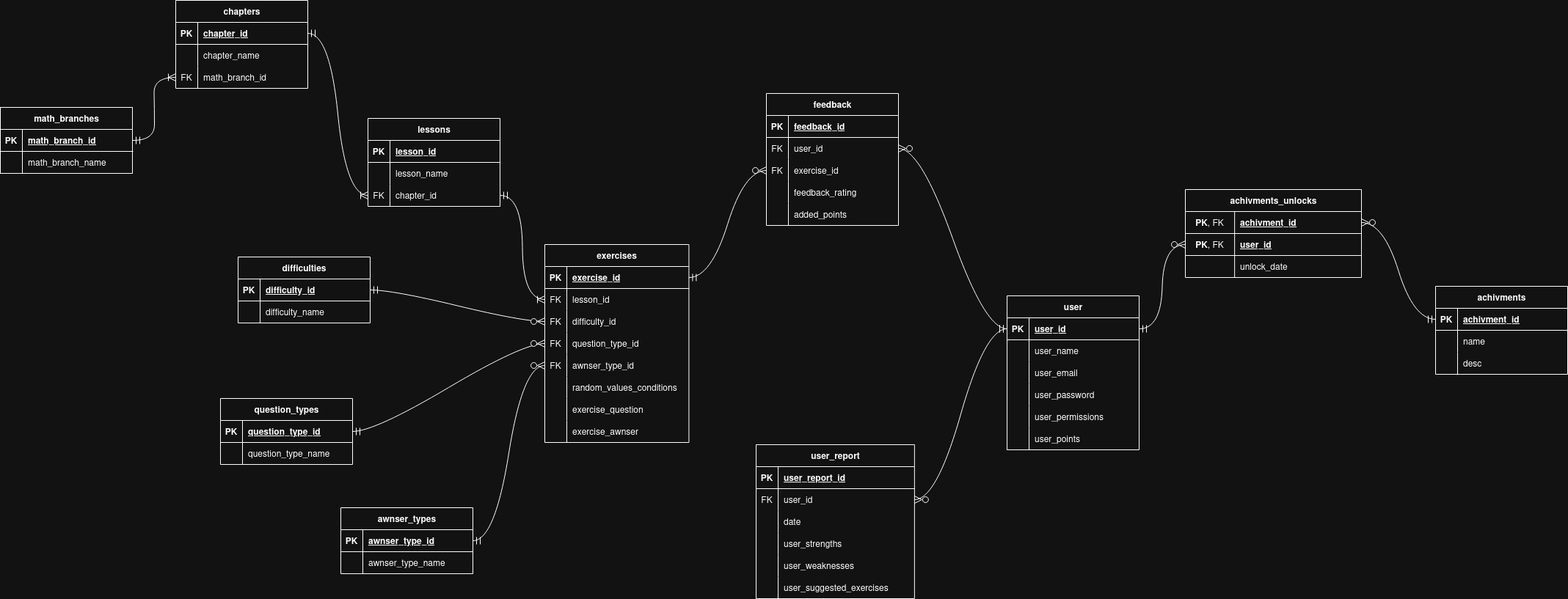
traszka116/gramat keeps this draw.io diagram as scrum/attachments/db.png. Above is the earlier version. Source tidied: cells renumbered, new cells last; positions are measured from the earlier drawing's top-left corner, leaving out a move shared by most shapes.
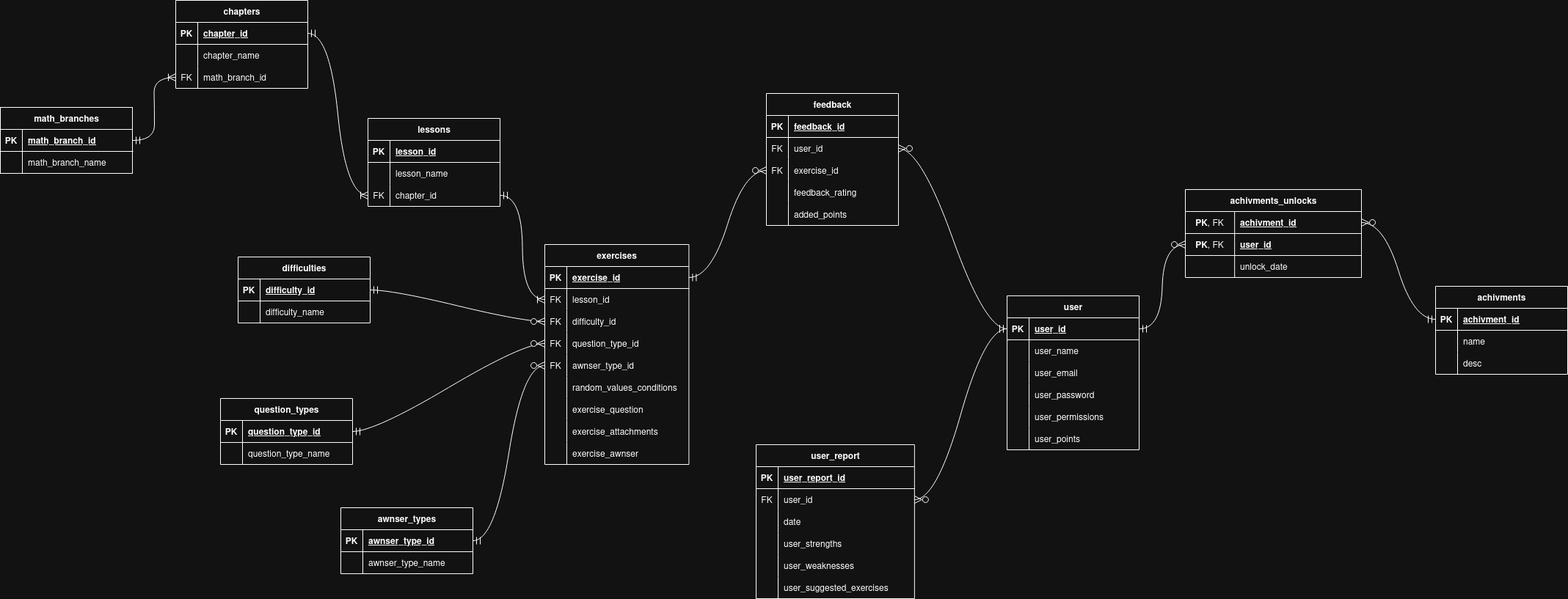
The same diagram one commit later.

Commit message:
Zaktualizowanie schematu bazy danych

Diff of the diagram source:
```diff
@@ -147,7 +147,7 @@
       <mxGeometry x="30" width="150" height="30" as="geometry" />
     </mxCell>
     <mxCell id="50" value="exercises" style="shape=table;startSize=30;rowLines=0;fontStyle=1;align=center;html=1;" parent="1" vertex="1">
-      <mxGeometry x="742" y="333" width="196.4" height="270" as="geometry" />
+      <mxGeometry x="742" y="333" width="196.4" height="300" as="geometry" />
     </mxCell>
     <mxCell id="51" style="shape=tableRow;horizontal=0;startSize=0;swimlaneHead=0;swimlaneBody=0;fillColor=none;points=[[0,0.5],[1,0.5]];portConstraint=eastwest;top=0;left=0;right=0;bottom=1;" parent="50" vertex="1">
       <mxGeometry y="30" width="196.4" height="30" as="geometry" />
@@ -212,8 +212,17 @@
     <mxCell id="71" value="exercise_question" style="shape=partialRectangle;fillColor=none;top=0;left=0;bottom=0;right=0;align=left;spacingLeft=6;overflow=hidden;whiteSpace=wrap;html=1;" parent="69" vertex="1">
       <mxGeometry x="30" width="166.4" height="30" as="geometry" />
     </mxCell>
+    <mxCell id="160" style="shape=tableRow;horizontal=0;startSize=0;swimlaneHead=0;swimlaneBody=0;fillColor=none;top=0;left=0;right=0;bottom=0;" parent="50" vertex="1">
+      <mxGeometry y="240" width="196.4" height="30" as="geometry" />
+    </mxCell>
+    <mxCell id="161" style="shape=partialRectangle;fillColor=none;top=0;left=0;bottom=0;right=0;overflow=hidden;whiteSpace=wrap;html=1;" parent="160" vertex="1">
+      <mxGeometry width="30" height="30" as="geometry" />
+    </mxCell>
+    <mxCell id="162" value="exercise_attachments" style="shape=partialRectangle;fillColor=none;top=0;left=0;bottom=0;right=0;align=left;spacingLeft=6;overflow=hidden;whiteSpace=wrap;html=1;" parent="160" vertex="1">
+      <mxGeometry x="30" width="166.4" height="30" as="geometry" />
+    </mxCell>
     <mxCell id="72" style="shape=tableRow;horizontal=0;startSize=0;swimlaneHead=0;swimlaneBody=0;fillColor=none;top=0;left=0;right=0;bottom=0;" parent="50" vertex="1">
-      <mxGeometry y="240" width="196.4" height="30" as="geometry" />
+      <mxGeometry y="270" width="196.4" height="30" as="geometry" />
     </mxCell>
     <mxCell id="73" style="shape=partialRectangle;fillColor=none;top=0;left=0;bottom=0;right=0;overflow=hidden;whiteSpace=wrap;html=1;" parent="72" vertex="1">
       <mxGeometry width="30" height="30" as="geometry" />
```
